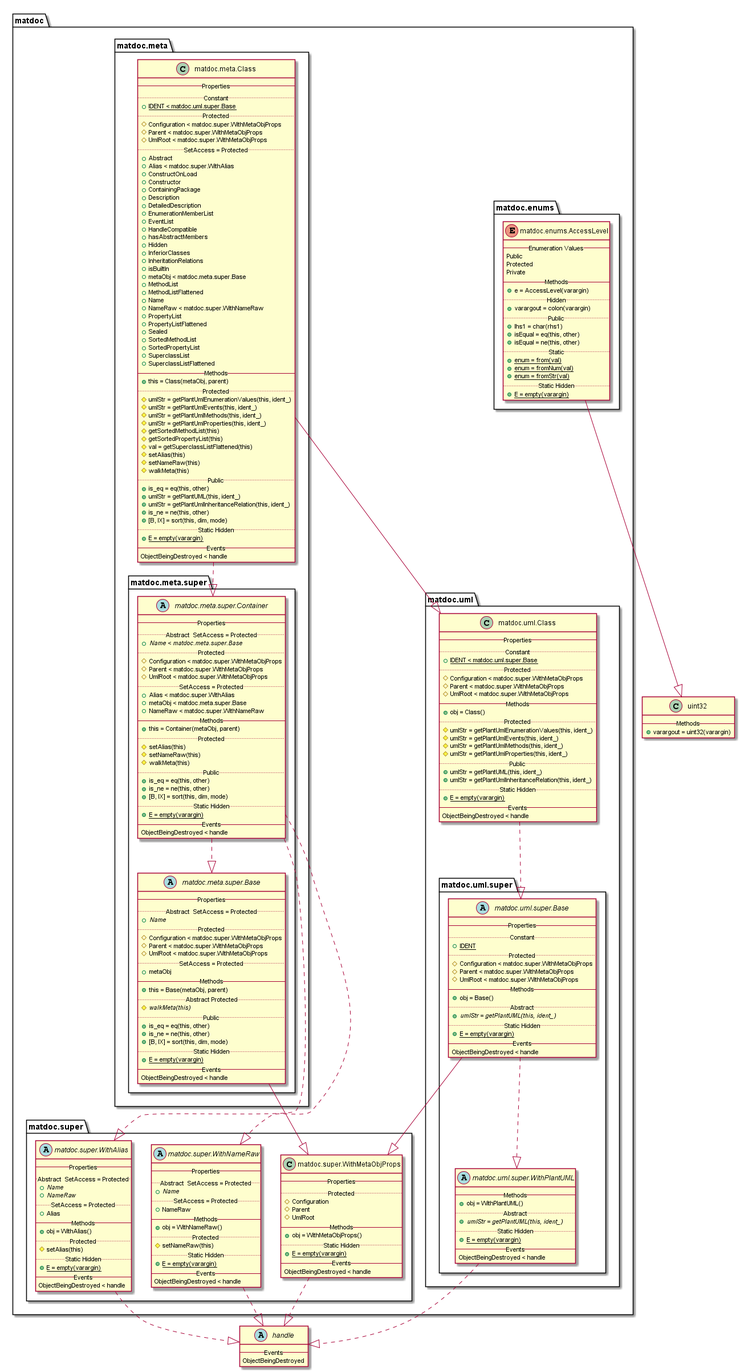
The PlantUML diagram doc/uml-examples/export-class-MethodInheritanceHint-false.png in flxdot/matdoc, before a commit.
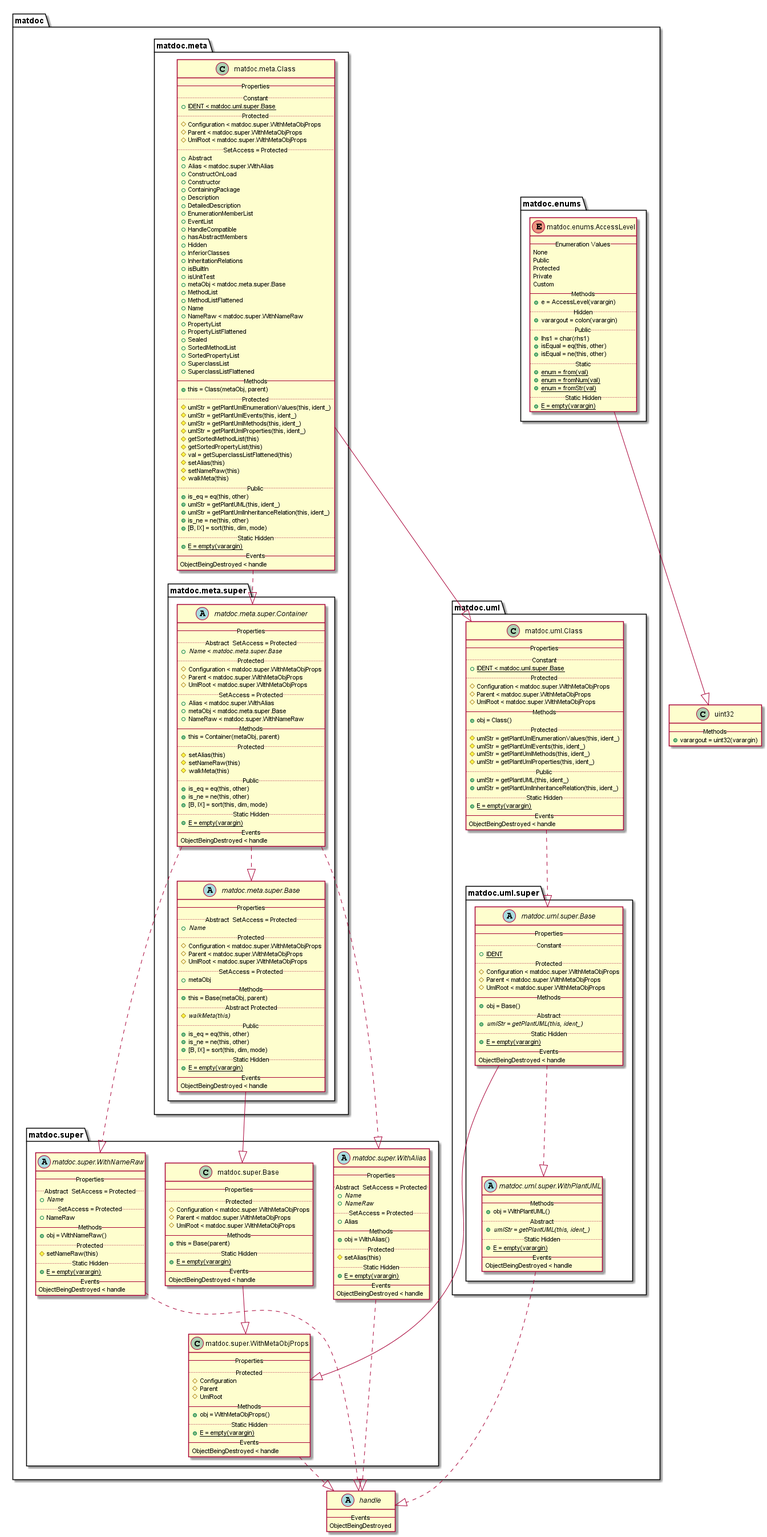
Later version of the same file.

Diff of the diagram source:
```diff
@@ -18,9 +18,11 @@
 
       enum matdoc.enums.AccessLevel {
          -- Enumeration Values --
+         None
          Public
          Protected
          Private
+         Custom
          -- Methods --
          {method} + e = AccessLevel(varargin)
          .. Hidden ..
@@ -65,6 +67,7 @@
          {field} + InferiorClasses
          {field} + InheritationRelations
          {field} + isBuiltIn
+         {field} + isUnitTest
          {field} + metaObj < matdoc.meta.super.Base
          {field} + MethodList
          {field} + MethodListFlattened
@@ -161,6 +164,20 @@
    }
 
    package matdoc.super {
+
+      class matdoc.super.Base {
+         -- Properties --
+         .. Protected ..
+         {field} # Configuration < matdoc.super.WithMetaObjProps
+         {field} # Parent < matdoc.super.WithMetaObjProps
+         {field} # UmlRoot < matdoc.super.WithMetaObjProps
+         -- Methods --
+         {method} + this = Base(parent)
+         .. Static Hidden ..
+         {method} {static} + E = empty(varargin)
+         -- Events --
+         ObjectBeingDestroyed < handle
+      }
 
       abstract class matdoc.super.WithAlias {
          -- Properties --
@@ -278,10 +295,11 @@
 matdoc.enums.AccessLevel --|> uint32
 matdoc.meta.Class ..|> matdoc.meta.super.Container
 matdoc.meta.Class --|> matdoc.uml.Class
-matdoc.meta.super.Base --|> matdoc.super.WithMetaObjProps
+matdoc.meta.super.Base --|> matdoc.super.Base
 matdoc.meta.super.Container ..|> matdoc.meta.super.Base
 matdoc.meta.super.Container ..|> matdoc.super.WithNameRaw
 matdoc.meta.super.Container ..|> matdoc.super.WithAlias
+matdoc.super.Base --|> matdoc.super.WithMetaObjProps
 matdoc.super.WithAlias ..|> handle
 matdoc.super.WithMetaObjProps ..|> handle
 matdoc.super.WithNameRaw ..|> handle
```
